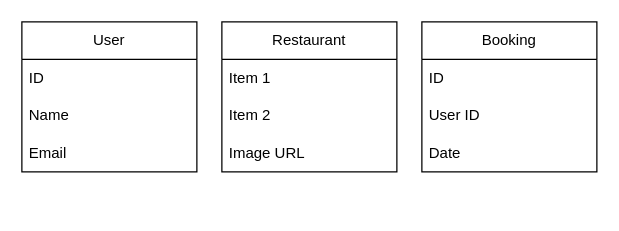
Elise-16-medeiros/Landing-Page-Restaurant keeps this draw.io diagram as Restaurant.drawio. Above is the earlier version. Source tidied: cells renumbered, new cells numbered last; positions are measured from the earlier drawing's top-left corner, leaving out a move shared by most shapes. Both pictures are drawn from the tidied source at 125%, with x=0, y=0 at pixel (21, 21).
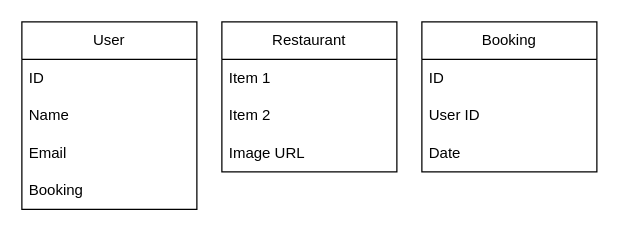
After the change.

Change to the diagram source:
```diff
@@
 <mxGraphModel>
   <root>
     <mxCell id="0" />
     <mxCell id="1" parent="0" />
     <mxCell id="2" value="User" style="swimlane;fontStyle=0;horizontal=1;startSize=30;whiteSpace=wrap;html=1;" parent="1" vertex="1">
-      <mxGeometry width="140" height="120" as="geometry" />
+      <mxGeometry width="140" height="150" as="geometry" />
     </mxCell>
     <mxCell id="3" value="ID" style="text;strokeColor=none;fillColor=none;align=left;verticalAlign=middle;spacingLeft=4;spacingRight=4;overflow=hidden;whiteSpace=wrap;html=1;" parent="2" vertex="1">
       <mxGeometry y="30" width="140" height="30" as="geometry" />
     </mxCell>
     <mxCell id="4" value="Name" style="text;strokeColor=none;fillColor=none;align=left;verticalAlign=middle;spacingLeft=4;spacingRight=4;overflow=hidden;whiteSpace=wrap;html=1;" parent="2" vertex="1">
       <mxGeometry y="60" width="140" height="30" as="geometry" />
     </mxCell>
     <mxCell id="5" value="Email" style="text;strokeColor=none;fillColor=none;align=left;verticalAlign=middle;spacingLeft=4;spacingRight=4;overflow=hidden;whiteSpace=wrap;html=1;" parent="2" vertex="1">
       <mxGeometry y="90" width="140" height="30" as="geometry" />
     </mxCell>
+    <mxCell id="14" value="Booking" style="text;strokeColor=none;fillColor=none;align=left;verticalAlign=middle;spacingLeft=4;spacingRight=4;overflow=hidden;whiteSpace=wrap;html=1;" parent="2" vertex="1">
+      <mxGeometry y="120" width="140" height="30" as="geometry" />
+    </mxCell>
     <mxCell id="6" value="Restaurant" style="swimlane;fontStyle=0;horizontal=1;startSize=30;whiteSpace=wrap;html=1;" parent="1" vertex="1">
       <mxGeometry x="160" width="140" height="120" as="geometry" />
     </mxCell>
     <mxCell id="7" value="Item 1" style="text;strokeColor=none;fillColor=none;align=left;verticalAlign=middle;spacingLeft=4;spacingRight=4;overflow=hidden;whiteSpace=wrap;html=1;" parent="6" vertex="1">
       <mxGeometry y="30" width="140" height="30" as="geometry" />
     </mxCell>
     <mxCell id="8" value="Item 2" style="text;strokeColor=none;fillColor=none;align=left;verticalAlign=middle;spacingLeft=4;spacingRight=4;overflow=hidden;whiteSpace=wrap;html=1;" parent="6" vertex="1">
       <mxGeometry y="60" width="140" height="30" as="geometry" />
     </mxCell>
     <mxCell id="9" value="Image URL" style="text;strokeColor=none;fillColor=none;align=left;verticalAlign=middle;spacingLeft=4;spacingRight=4;overflow=hidden;whiteSpace=wrap;html=1;" parent="6" vertex="1">
       <mxGeometry y="90" width="140" height="30" as="geometry" />
     </mxCell>
     <mxCell id="10" value="Booking" style="swimlane;fontStyle=0;horizontal=1;startSize=30;whiteSpace=wrap;html=1;" parent="1" vertex="1">
       <mxGeometry x="320" width="140" height="120" as="geometry" />
     </mxCell>
     <mxCell id="11" value="ID" style="text;strokeColor=none;fillColor=none;align=left;verticalAlign=middle;spacingLeft=4;spacingRight=4;overflow=hidden;whiteSpace=wrap;html=1;" parent="10" vertex="1">
       <mxGeometry y="30" width="140" height="30" as="geometry" />
     </mxCell>
     <mxCell id="12" value="User ID" style="text;strokeColor=none;fillColor=none;align=left;verticalAlign=middle;spacingLeft=4;spacingRight=4;overflow=hidden;whiteSpace=wrap;html=1;" parent="10" vertex="1">
       <mxGeometry y="60" width="140" height="30" as="geometry" />
     </mxCell>
     <mxCell id="13" value="Date" style="text;strokeColor=none;fillColor=none;align=left;verticalAlign=middle;spacingLeft=4;spacingRight=4;overflow=hidden;whiteSpace=wrap;html=1;" parent="10" vertex="1">
       <mxGeometry y="90" width="140" height="30" as="geometry" />
     </mxCell>
   </root>
 </mxGraphModel>
```
